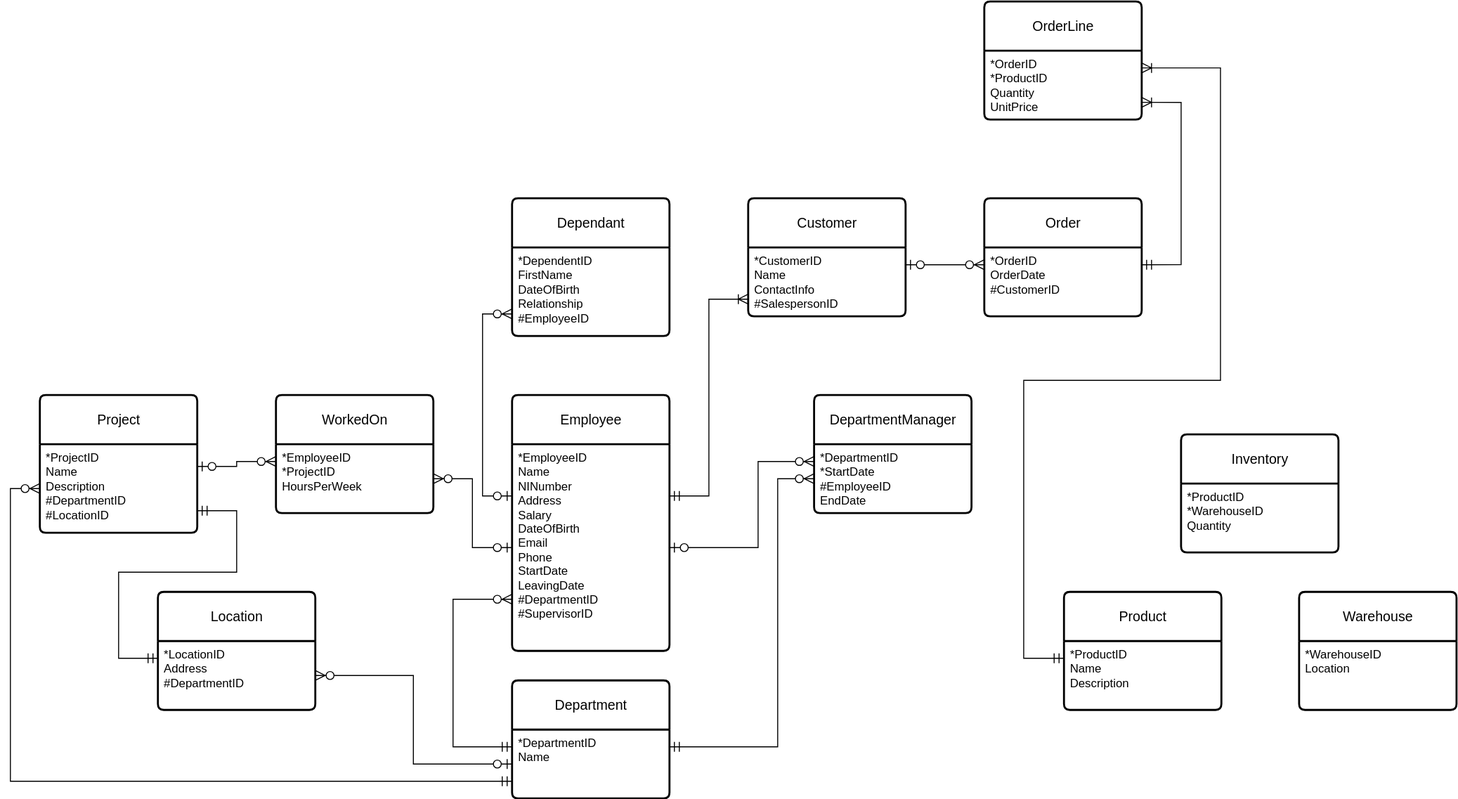
Above: Company_ERD.drawio.svg in tamasfried/Company_ERD (draw.io), before the change. Source tidied: cells renumbered, new cells last; positions are measured from the earlier drawing's top-left corner, leaving out a move shared by most shapes.
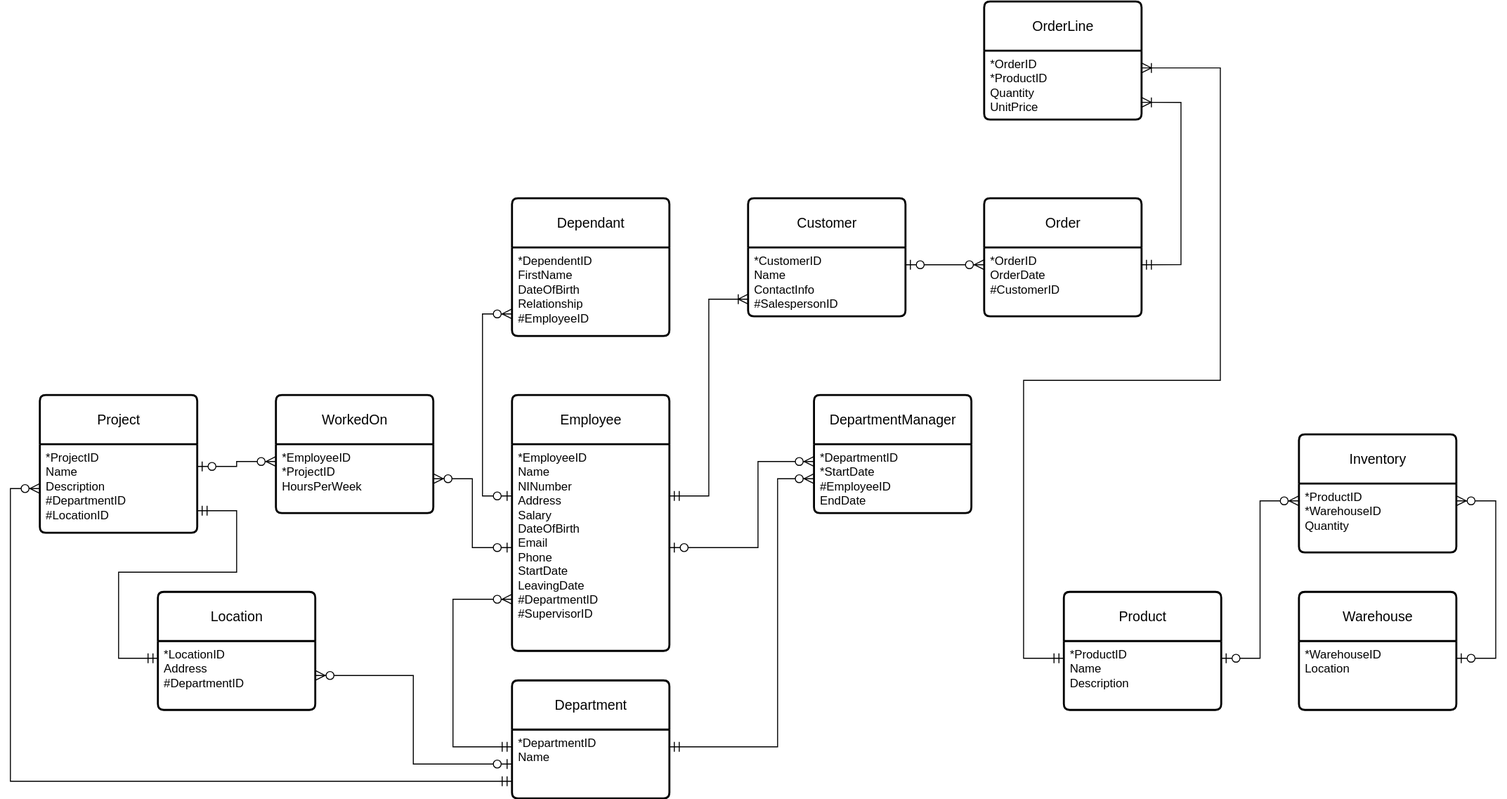
After the commit.

Change to the diagram source:
```diff
@@ -75,7 +75,7 @@
       <mxGeometry y="50" width="160" height="70" as="geometry" />
     </mxCell>
     <mxCell id="26" value="Inventory" style="swimlane;horizontal=1;startSize=50;rounded=1;fontSize=14;fontStyle=0;strokeWidth=2;shadow=0;dashed=0;align=center;arcSize=4;whiteSpace=wrap;html=1;labelBackgroundColor=none;swimlaneFillColor=default;" parent="1" vertex="1">
-      <mxGeometry x="1190" y="440" width="160" height="120" as="geometry" />
+      <mxGeometry x="1310" y="440" width="160" height="120" as="geometry" />
     </mxCell>
     <mxCell id="27" value="&lt;div&gt;*ProductID&lt;/div&gt;&lt;div&gt;*WarehouseID&lt;/div&gt;&lt;div&gt;Quantity&lt;/div&gt;" style="align=left;strokeColor=none;fillColor=none;spacingLeft=4;spacingRight=4;fontSize=12;verticalAlign=top;html=1;whiteSpace=wrap;" parent="26" vertex="1">
       <mxGeometry y="50" width="160" height="70" as="geometry" />
@@ -165,5 +165,16 @@
         </Array>
       </mxGeometry>
     </mxCell>
+    <mxCell id="41" style="edgeStyle=orthogonalEdgeStyle;fontSize=12;html=1;endArrow=ERzeroToMany;startArrow=ERzeroToOne;rounded=0;startSize=8;endSize=8;exitX=1;exitY=0.25;exitDx=0;exitDy=0;entryX=0;entryY=0.25;entryDx=0;entryDy=0;" parent="1" edge="1" source="23" target="27">
+      <mxGeometry relative="1" as="geometry" />
+    </mxCell>
+    <mxCell id="42" style="edgeStyle=orthogonalEdgeStyle;fontSize=12;html=1;endArrow=ERzeroToMany;startArrow=ERzeroToOne;rounded=0;startSize=8;endSize=8;exitX=1;exitY=0.25;exitDx=0;exitDy=0;entryX=1;entryY=0.25;entryDx=0;entryDy=0;" parent="1" edge="1" source="25" target="27">
+      <mxGeometry relative="1" as="geometry">
+        <Array as="points">
+          <mxPoint x="1510" y="667" />
+          <mxPoint x="1510" y="507" />
+        </Array>
+      </mxGeometry>
+    </mxCell>
   </root>
 </mxGraphModel>
```
